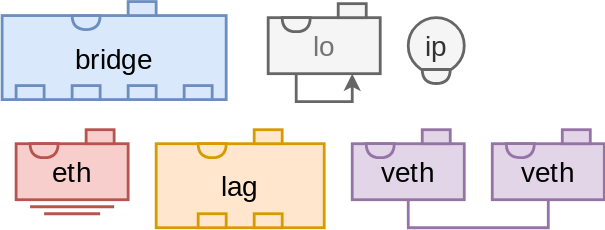
Earlier version of the draw.io export doc/img/lego.svg (kernelkit/infix). Source tidied: cells renumbered, new cells last; positions are measured from the earlier drawing's top-left corner, leaving out a move shared by most shapes.
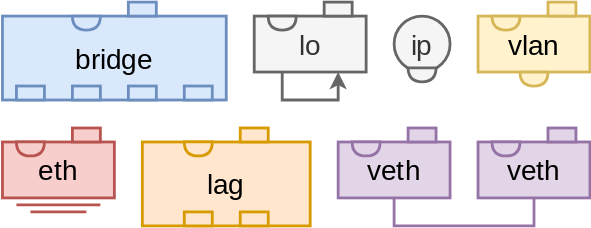
Later version of the same file.

Commit message:
doc: add missing VLAN block to overview svg

The edit, as a diff of the source:
```diff
@@ -72,7 +72,7 @@
       <mxGeometry x="15" y="5" width="10" height="20" as="geometry" />
     </mxCell>
     <mxCell id="23" style="group;" parent="1" vertex="1">
-      <mxGeometry y="0.5" width="160" height="70" as="geometry" />
+      <mxGeometry x="10" y="2" width="160" height="70" as="geometry" />
     </mxCell>
     <mxCell id="24" value="bridge" style="rounded=0;whiteSpace=wrap;html=1;fillColor=#dae8fc;strokeColor=#6c8ebf;strokeWidth=2;fontFamily=Inconsolata;fontSource=https%3A%2F%2Ffonts.googleapis.com%2Fcss%3Ffamily%3DInconsolata;fontSize=20;" parent="23" vertex="1">
       <mxGeometry y="10" width="160" height="60" as="geometry" />
@@ -95,7 +95,7 @@
     <mxCell id="30" style="rounded=0;whiteSpace=wrap;html=1;fillColor=#dae8fc;strokeColor=#6c8ebf;strokeWidth=2;fontFamily=Inconsolata;fontSource=https%3A%2F%2Ffonts.googleapis.com%2Fcss%3Ffamily%3DInconsolata;fontSize=20;" parent="23" vertex="1">
       <mxGeometry x="130" y="60" width="20" height="10" as="geometry" />
     </mxCell>
-    <mxCell id="31" style="group;fontColor=#747474;" parent="1" vertex="1">
+    <mxCell id="31" style="group;" parent="1" vertex="1">
       <mxGeometry x="290" y="12" width="40" height="47" as="geometry" />
     </mxCell>
     <mxCell id="32" value="ip" style="ellipse;whiteSpace=wrap;html=1;fillColor=#f5f5f5;fontColor=#333333;strokeColor=#666666;fontFamily=Inconsolata;fontSource=https%3A%2F%2Ffonts.googleapis.com%2Fcss%3Ffamily%3DInconsolata;fontSize=20;strokeWidth=2;" parent="31" vertex="1">
@@ -104,17 +104,32 @@
     <mxCell id="33" style="shape=or;whiteSpace=wrap;html=1;rotation=90;fillColor=#f5f5f5;strokeColor=#666666;strokeWidth=2;fontFamily=Inconsolata;fontSource=https%3A%2F%2Ffonts.googleapis.com%2Fcss%3Ffamily%3DInconsolata;fontSize=20;fontColor=#333333;" parent="31" vertex="1">
       <mxGeometry x="15" y="32" width="10" height="20" as="geometry" />
     </mxCell>
-    <mxCell id="34" value="lo" style="rounded=0;whiteSpace=wrap;html=1;fillColor=#f5f5f5;strokeColor=#666666;strokeWidth=2;fontFamily=Inconsolata;fontSource=https%3A%2F%2Ffonts.googleapis.com%2Fcss%3Ffamily%3DInconsolata;fontSize=20;fontColor=#747474;" parent="1" vertex="1">
-      <mxGeometry x="190" y="12" width="80" height="40" as="geometry" />
+    <mxCell id="34" style="group;" parent="1" vertex="1">
+      <mxGeometry x="350" y="2" width="80" height="60" as="geometry" />
     </mxCell>
-    <mxCell id="35" style="rounded=0;whiteSpace=wrap;html=1;fillColor=#f5f5f5;strokeColor=#666666;strokeWidth=2;fontFamily=Inconsolata;fontSource=https%3A%2F%2Ffonts.googleapis.com%2Fcss%3Ffamily%3DInconsolata;fontSize=20;fontColor=#333333;" parent="1" vertex="1">
-      <mxGeometry x="240" y="2" width="20" height="10" as="geometry" />
+    <mxCell id="35" value="vlan" style="rounded=0;whiteSpace=wrap;html=1;fillColor=#fff2cc;strokeColor=#d6b656;strokeWidth=2;fontFamily=Inconsolata;fontSource=https%3A%2F%2Ffonts.googleapis.com%2Fcss%3Ffamily%3DInconsolata;fontSize=20;" parent="34" vertex="1">
+      <mxGeometry y="10" width="80" height="40" as="geometry" />
     </mxCell>
-    <mxCell id="36" style="shape=or;whiteSpace=wrap;html=1;rotation=90;fillColor=#f5f5f5;strokeColor=#666666;strokeWidth=2;fontFamily=Inconsolata;fontSource=https%3A%2F%2Ffonts.googleapis.com%2Fcss%3Ffamily%3DInconsolata;fontSize=20;fontColor=#333333;" parent="1" vertex="1">
-      <mxGeometry x="205" y="7" width="10" height="20" as="geometry" />
+    <mxCell id="36" style="rounded=0;whiteSpace=wrap;html=1;fillColor=#fff2cc;strokeColor=#d6b656;strokeWidth=2;fontFamily=Inconsolata;fontSource=https%3A%2F%2Ffonts.googleapis.com%2Fcss%3Ffamily%3DInconsolata;fontSize=20;" parent="34" vertex="1">
+      <mxGeometry x="50" width="20" height="10" as="geometry" />
     </mxCell>
-    <mxCell id="37" style="edgeStyle=orthogonalEdgeStyle;rounded=0;orthogonalLoop=1;jettySize=auto;html=1;exitX=0.25;exitY=1;exitDx=0;exitDy=0;entryX=0.75;entryY=1;entryDx=0;entryDy=0;strokeWidth=2;fillColor=#f5f5f5;strokeColor=#666666;fontColor=#747474;" parent="1" edge="1" source="34" target="34">
-      <mxGeometry relative="1" as="geometry" />
+    <mxCell id="37" style="shape=or;whiteSpace=wrap;html=1;rotation=90;fillColor=#fff2cc;strokeColor=#d6b656;strokeWidth=2;fontFamily=Inconsolata;fontSource=https%3A%2F%2Ffonts.googleapis.com%2Fcss%3Ffamily%3DInconsolata;fontSize=20;" parent="34" vertex="1">
+      <mxGeometry x="15" y="5" width="10" height="20" as="geometry" />
     </mxCell>
+    <mxCell id="38" style="shape=or;whiteSpace=wrap;html=1;rotation=90;fillColor=#fff2cc;strokeColor=#d6b656;strokeWidth=2;fontFamily=Inconsolata;fontSource=https%3A%2F%2Ffonts.googleapis.com%2Fcss%3Ffamily%3DInconsolata;fontSize=20;" parent="34" vertex="1">
+      <mxGeometry x="35" y="45" width="10" height="20" as="geometry" />
+    </mxCell>
+    <mxCell id="39" value="lo" style="rounded=0;whiteSpace=wrap;html=1;fillColor=#f5f5f5;strokeColor=#666666;strokeWidth=2;fontFamily=Inconsolata;fontSource=https%3A%2F%2Ffonts.googleapis.com%2Fcss%3Ffamily%3DInconsolata;fontSize=20;fontColor=#333333;" parent="1" vertex="1">
+      <mxGeometry x="190" y="12" width="80" height="40" as="geometry" />
+    </mxCell>
+    <mxCell id="40" style="rounded=0;whiteSpace=wrap;html=1;fillColor=#f5f5f5;strokeColor=#666666;strokeWidth=2;fontFamily=Inconsolata;fontSource=https%3A%2F%2Ffonts.googleapis.com%2Fcss%3Ffamily%3DInconsolata;fontSize=20;fontColor=#333333;" parent="1" vertex="1">
+      <mxGeometry x="240" y="2" width="20" height="10" as="geometry" />
+    </mxCell>
+    <mxCell id="41" style="shape=or;whiteSpace=wrap;html=1;rotation=90;fillColor=#f5f5f5;strokeColor=#666666;strokeWidth=2;fontFamily=Inconsolata;fontSource=https%3A%2F%2Ffonts.googleapis.com%2Fcss%3Ffamily%3DInconsolata;fontSize=20;fontColor=#333333;" parent="1" vertex="1">
+      <mxGeometry x="205" y="7" width="10" height="20" as="geometry" />
+    </mxCell>
+    <mxCell id="42" style="edgeStyle=orthogonalEdgeStyle;rounded=0;orthogonalLoop=1;jettySize=auto;html=1;exitX=0.25;exitY=1;exitDx=0;exitDy=0;entryX=0.75;entryY=1;entryDx=0;entryDy=0;strokeWidth=2;fillColor=#f5f5f5;strokeColor=#666666;" parent="1" edge="1" source="39" target="39">
+      <mxGeometry relative="1" as="geometry" />
+    </mxCell>
   </root>
 </mxGraphModel>
```
